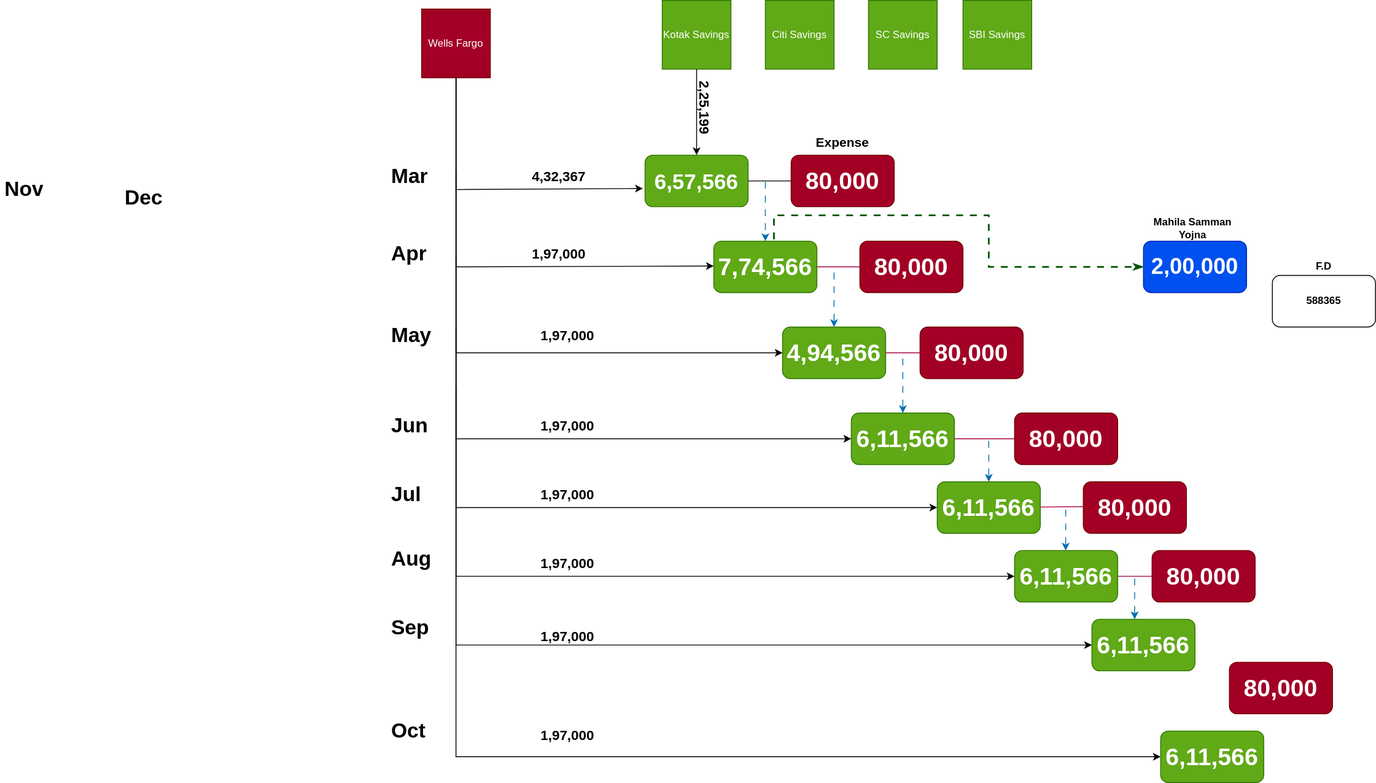
Above: Investments.drawio.svg in uchiharizvi/design-diagrams (draw.io), before the change. Source tidied: cells renumbered, new cells last; positions are measured from the earlier drawing's top-left corner, leaving out a move shared by most shapes.
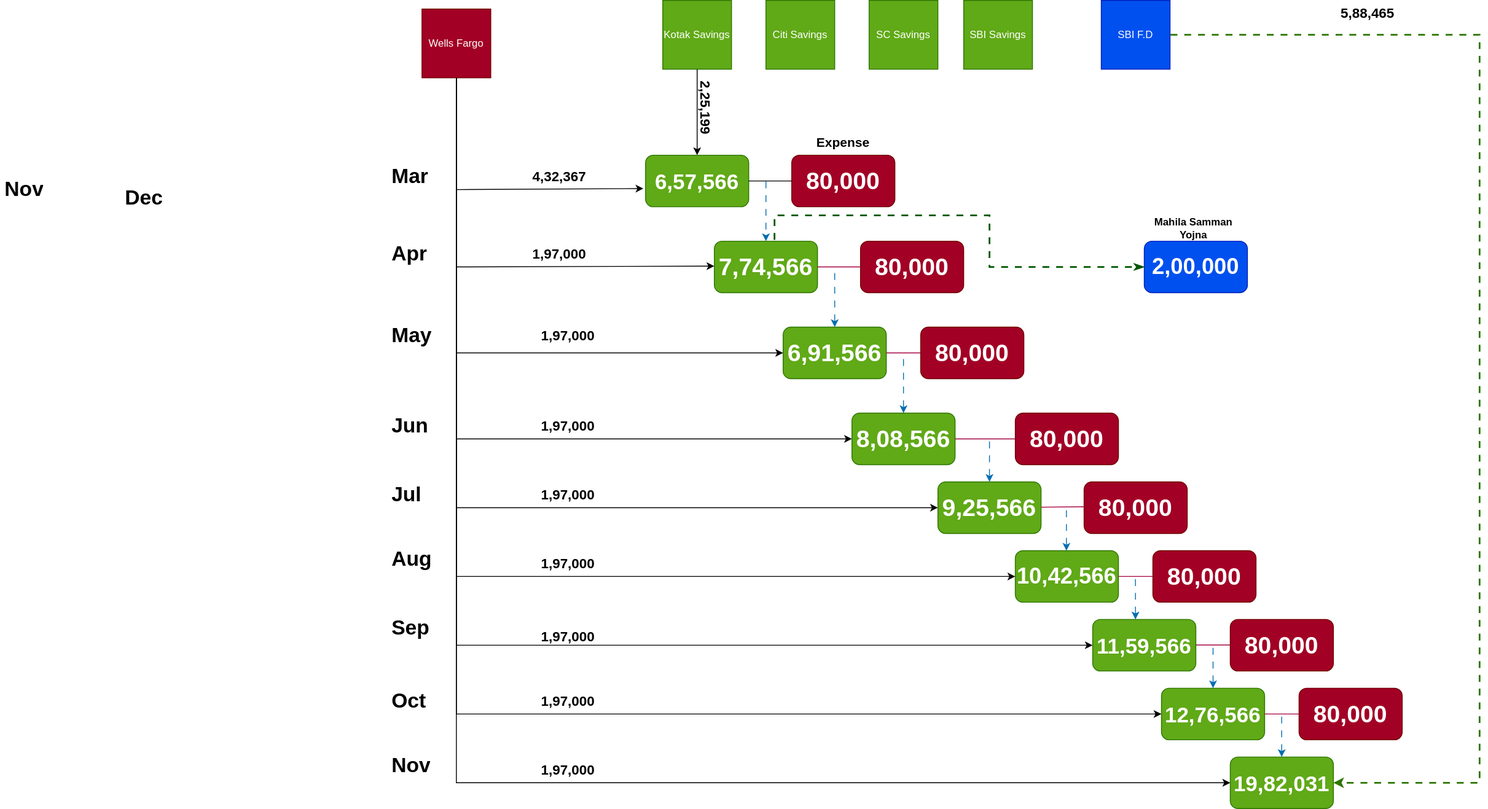
Above is the later version.

What changed in the source:
```diff
@@ -5,9 +5,6 @@
     <mxCell id="2" value="&lt;font style=&quot;font-size: 25px;&quot;&gt;6,57,566&lt;/font&gt;" style="rounded=1;whiteSpace=wrap;html=1;fontStyle=1;fillColor=#60a917;fontColor=#ffffff;strokeColor=#2D7600;" parent="1" vertex="1">
       <mxGeometry x="750" y="180" width="120" height="60" as="geometry" />
     </mxCell>
-    <mxCell id="3" value="588365" style="rounded=1;whiteSpace=wrap;html=1;fontStyle=1;" parent="1" vertex="1">
-      <mxGeometry x="1480" y="320" width="120" height="60" as="geometry" />
-    </mxCell>
     <mxCell id="4" value="&lt;font style=&quot;font-size: 28px;&quot;&gt;80,000&lt;/font&gt;" style="rounded=1;whiteSpace=wrap;html=1;fontStyle=1;fillColor=#a20025;fontColor=#ffffff;strokeColor=#6F0000;" parent="1" vertex="1">
       <mxGeometry x="920" y="180" width="120" height="60" as="geometry" />
     </mxCell>
@@ -30,9 +27,6 @@
         </Array>
       </mxGeometry>
     </mxCell>
-    <mxCell id="10" value="F.D" style="text;html=1;align=center;verticalAlign=middle;whiteSpace=wrap;rounded=0;fontStyle=1;" parent="1" vertex="1">
-      <mxGeometry x="1510" y="295" width="60" height="30" as="geometry" />
-    </mxCell>
     <mxCell id="11" style="endArrow=none;html=1;rounded=0;exitX=1;exitY=0.5;exitDx=0;exitDy=0;entryX=0;entryY=0.5;entryDx=0;entryDy=0;" parent="1" edge="1" source="2" target="4">
       <mxGeometry relative="1" as="geometry" />
     </mxCell>
@@ -53,7 +47,7 @@
     <mxCell id="16" value="&lt;font style=&quot;font-size: 28px;&quot;&gt;80,000&lt;/font&gt;" style="rounded=1;whiteSpace=wrap;html=1;fontStyle=1;fillColor=#a20025;fontColor=#ffffff;strokeColor=#6F0000;" parent="1" vertex="1">
       <mxGeometry x="1000" y="280" width="120" height="60" as="geometry" />
     </mxCell>
-    <mxCell id="17" value="&lt;font style=&quot;font-size: 28px;&quot;&gt;4,94,566&lt;/font&gt;" style="rounded=1;whiteSpace=wrap;html=1;fontStyle=1;fillColor=#60a917;fontColor=#ffffff;strokeColor=#2D7600;" parent="1" vertex="1">
+    <mxCell id="17" value="&lt;font style=&quot;font-size: 28px;&quot;&gt;6,91,566&lt;/font&gt;" style="rounded=1;whiteSpace=wrap;html=1;fontStyle=1;fillColor=#60a917;fontColor=#ffffff;strokeColor=#2D7600;" parent="1" vertex="1">
       <mxGeometry x="910" y="380" width="120" height="60" as="geometry" />
     </mxCell>
     <mxCell id="18" style="endArrow=classic;html=1;rounded=0;exitX=0.5;exitY=1;exitDx=0;exitDy=0;entryX=0;entryY=0.5;entryDx=0;entryDy=0;" parent="1" edge="1" source="8" target="17">
@@ -72,7 +66,7 @@
     <mxCell id="21" value="&lt;font style=&quot;font-size: 28px;&quot;&gt;80,000&lt;/font&gt;" style="rounded=1;whiteSpace=wrap;html=1;fontStyle=1;fillColor=#a20025;fontColor=#ffffff;strokeColor=#6F0000;" parent="1" vertex="1">
       <mxGeometry x="1070" y="380" width="120" height="60" as="geometry" />
     </mxCell>
-    <mxCell id="22" value="&lt;font style=&quot;font-size: 28px;&quot;&gt;6,11,566&lt;/font&gt;" style="rounded=1;whiteSpace=wrap;html=1;fontStyle=1;fillColor=#60a917;fontColor=#ffffff;strokeColor=#2D7600;" parent="1" vertex="1">
+    <mxCell id="22" value="&lt;font style=&quot;font-size: 28px;&quot;&gt;8,08,566&lt;/font&gt;" style="rounded=1;whiteSpace=wrap;html=1;fontStyle=1;fillColor=#60a917;fontColor=#ffffff;strokeColor=#2D7600;" parent="1" vertex="1">
       <mxGeometry x="990" y="480" width="120" height="60" as="geometry" />
     </mxCell>
     <mxCell id="23" value="&lt;h1&gt;Jun&lt;/h1&gt;" style="text;html=1;spacing=5;spacingTop=-20;whiteSpace=wrap;overflow=hidden;rounded=0;" parent="1" vertex="1">
@@ -165,7 +159,7 @@
       <mxGeometry x="450" y="555" width="110" height="40" as="geometry" />
     </mxCell>
     <mxCell id="43" value="&lt;h1&gt;Oct&lt;/h1&gt;" style="text;html=1;spacing=5;spacingTop=-20;whiteSpace=wrap;overflow=hidden;rounded=0;" parent="1" vertex="1">
-      <mxGeometry x="450" y="830" width="110" height="40" as="geometry" />
+      <mxGeometry x="450" y="795" width="110" height="40" as="geometry" />
     </mxCell>
     <mxCell id="44" value="&lt;h1&gt;Aug&lt;/h1&gt;" style="text;html=1;spacing=5;spacingTop=-20;whiteSpace=wrap;overflow=hidden;rounded=0;" parent="1" vertex="1">
       <mxGeometry x="450" y="630" width="110" height="40" as="geometry" />
@@ -179,19 +173,19 @@
     <mxCell id="47" value="&lt;h1&gt;Nov&lt;/h1&gt;" style="text;html=1;spacing=5;spacingTop=-20;whiteSpace=wrap;overflow=hidden;rounded=0;" parent="1" vertex="1">
       <mxGeometry y="200" width="110" height="40" as="geometry" />
     </mxCell>
-    <mxCell id="48" value="&lt;font style=&quot;font-size: 28px;&quot;&gt;6,11,566&lt;/font&gt;" style="rounded=1;whiteSpace=wrap;html=1;fontStyle=1;fillColor=#60a917;fontColor=#ffffff;strokeColor=#2D7600;" parent="1" vertex="1">
+    <mxCell id="48" value="&lt;font style=&quot;font-size: 28px;&quot;&gt;9,25,566&lt;/font&gt;" style="rounded=1;whiteSpace=wrap;html=1;fontStyle=1;fillColor=#60a917;fontColor=#ffffff;strokeColor=#2D7600;" parent="1" vertex="1">
       <mxGeometry x="1090" y="560" width="120" height="60" as="geometry" />
     </mxCell>
     <mxCell id="49" value="&lt;font style=&quot;font-size: 28px;&quot;&gt;80,000&lt;/font&gt;" style="rounded=1;whiteSpace=wrap;html=1;fontStyle=1;fillColor=#a20025;fontColor=#ffffff;strokeColor=#6F0000;" parent="1" vertex="1">
       <mxGeometry x="1260" y="560" width="120" height="60" as="geometry" />
     </mxCell>
-    <mxCell id="50" value="&lt;font style=&quot;font-size: 28px;&quot;&gt;6,11,566&lt;/font&gt;" style="rounded=1;whiteSpace=wrap;html=1;fontStyle=1;fillColor=#60a917;fontColor=#ffffff;strokeColor=#2D7600;" parent="1" vertex="1">
+    <mxCell id="50" value="&lt;font style=&quot;font-size: 26px;&quot;&gt;10,42,566&lt;/font&gt;" style="rounded=1;whiteSpace=wrap;html=1;fontStyle=1;fillColor=#60a917;fontColor=#ffffff;strokeColor=#2D7600;" parent="1" vertex="1">
       <mxGeometry x="1180" y="640" width="120" height="60" as="geometry" />
     </mxCell>
     <mxCell id="51" value="&lt;font style=&quot;font-size: 28px;&quot;&gt;80,000&lt;/font&gt;" style="rounded=1;whiteSpace=wrap;html=1;fontStyle=1;fillColor=#a20025;fontColor=#ffffff;strokeColor=#6F0000;" parent="1" vertex="1">
       <mxGeometry x="1340" y="640" width="120" height="60" as="geometry" />
     </mxCell>
-    <mxCell id="52" value="&lt;font style=&quot;font-size: 28px;&quot;&gt;6,11,566&lt;/font&gt;" style="rounded=1;whiteSpace=wrap;html=1;fontStyle=1;fillColor=#60a917;fontColor=#ffffff;strokeColor=#2D7600;" parent="1" vertex="1">
+    <mxCell id="52" value="&lt;font style=&quot;font-size: 25px;&quot;&gt;11,59,566&lt;/font&gt;" style="rounded=1;whiteSpace=wrap;html=1;fontStyle=1;fillColor=#60a917;fontColor=#ffffff;strokeColor=#2D7600;" parent="1" vertex="1">
       <mxGeometry x="1270" y="720" width="120" height="60" as="geometry" />
     </mxCell>
     <mxCell id="53" style="endArrow=classic;html=1;rounded=0;entryX=0;entryY=0.5;entryDx=0;entryDy=0;" parent="1" edge="1" target="48">
@@ -231,18 +225,18 @@
       <mxGeometry relative="1" as="geometry">
         <mxPoint x="530" y="450" as="sourcePoint" />
         <Array as="points">
-          <mxPoint x="530" y="880" />
+          <mxPoint x="530" y="830" />
         </Array>
       </mxGeometry>
     </mxCell>
     <mxCell id="60" value="&lt;font style=&quot;font-size: 16px;&quot;&gt;1,97,000&lt;/font&gt;" style="text;html=1;align=center;verticalAlign=middle;whiteSpace=wrap;rounded=0;fontStyle=1;" parent="1" vertex="1">
-      <mxGeometry x="630" y="840" width="60" height="30" as="geometry" />
+      <mxGeometry x="630" y="800" width="60" height="30" as="geometry" />
     </mxCell>
     <mxCell id="61" value="&lt;font style=&quot;font-size: 28px;&quot;&gt;80,000&lt;/font&gt;" style="rounded=1;whiteSpace=wrap;html=1;fontStyle=1;fillColor=#a20025;fontColor=#ffffff;strokeColor=#6F0000;" parent="1" vertex="1">
-      <mxGeometry x="1430" y="770" width="120" height="60" as="geometry" />
+      <mxGeometry x="1430" y="720" width="120" height="60" as="geometry" />
     </mxCell>
-    <mxCell id="62" value="&lt;font style=&quot;font-size: 28px;&quot;&gt;6,11,566&lt;/font&gt;" style="rounded=1;whiteSpace=wrap;html=1;fontStyle=1;fillColor=#60a917;fontColor=#ffffff;strokeColor=#2D7600;" parent="1" vertex="1">
-      <mxGeometry x="1350" y="850" width="120" height="60" as="geometry" />
+    <mxCell id="62" value="&lt;font style=&quot;font-size: 25px;&quot;&gt;12,76,566&lt;/font&gt;" style="rounded=1;whiteSpace=wrap;html=1;fontStyle=1;fillColor=#60a917;fontColor=#ffffff;strokeColor=#2D7600;" parent="1" vertex="1">
+      <mxGeometry x="1350" y="800" width="120" height="60" as="geometry" />
     </mxCell>
     <mxCell id="63" style="endArrow=none;html=1;rounded=0;startArrow=classic;startFill=1;flowAnimation=1;fillColor=#1ba1e2;strokeColor=#006EAF;exitX=0.5;exitY=0;exitDx=0;exitDy=0;" parent="1" edge="1" source="48">
       <mxGeometry relative="1" as="geometry">
@@ -273,5 +267,64 @@
         <mxPoint x="1319.8" y="670" as="targetPoint" />
       </mxGeometry>
     </mxCell>
+    <mxCell id="68" style="endArrow=none;html=1;rounded=0;fillColor=#d80073;strokeColor=#A50040;" parent="1" edge="1">
+      <mxGeometry relative="1" as="geometry">
+        <mxPoint x="1390" y="749.7" as="sourcePoint" />
+        <mxPoint x="1430" y="749.7" as="targetPoint" />
+      </mxGeometry>
+    </mxCell>
+    <mxCell id="69" style="endArrow=none;html=1;rounded=0;startArrow=classic;startFill=1;flowAnimation=1;orthogonalLoop=1;fillColor=#1ba1e2;strokeColor=#006EAF;exitX=0.5;exitY=0;exitDx=0;exitDy=0;" parent="1" edge="1">
+      <mxGeometry relative="1" as="geometry">
+        <mxPoint x="1410" y="800" as="sourcePoint" />
+        <mxPoint x="1410" y="750" as="targetPoint" />
+      </mxGeometry>
+    </mxCell>
+    <mxCell id="70" value="&lt;font style=&quot;font-size: 28px;&quot;&gt;80,000&lt;/font&gt;" style="rounded=1;whiteSpace=wrap;html=1;fontStyle=1;fillColor=#a20025;fontColor=#ffffff;strokeColor=#6F0000;" parent="1" vertex="1">
+      <mxGeometry x="1510" y="800" width="120" height="60" as="geometry" />
+    </mxCell>
+    <mxCell id="71" style="endArrow=none;html=1;rounded=0;fillColor=#d80073;strokeColor=#A50040;" parent="1" edge="1">
+      <mxGeometry relative="1" as="geometry">
+        <mxPoint x="1470" y="830" as="sourcePoint" />
+        <mxPoint x="1510" y="830" as="targetPoint" />
+      </mxGeometry>
+    </mxCell>
+    <mxCell id="72" value="&lt;font style=&quot;font-size: 25px;&quot;&gt;19,82,031&lt;/font&gt;" style="rounded=1;whiteSpace=wrap;html=1;fontStyle=1;fillColor=#60a917;fontColor=#ffffff;strokeColor=#2D7600;" parent="1" vertex="1">
+      <mxGeometry x="1430" y="880" width="120" height="60" as="geometry" />
+    </mxCell>
+    <mxCell id="73" style="endArrow=none;html=1;rounded=0;startArrow=classic;startFill=1;flowAnimation=1;orthogonalLoop=1;fillColor=#1ba1e2;strokeColor=#006EAF;exitX=0.5;exitY=0;exitDx=0;exitDy=0;" parent="1" edge="1">
+      <mxGeometry relative="1" as="geometry">
+        <mxPoint x="1489.8" y="880" as="sourcePoint" />
+        <mxPoint x="1489.8" y="830" as="targetPoint" />
+      </mxGeometry>
+    </mxCell>
+    <mxCell id="74" style="endArrow=classic;html=1;rounded=0;entryX=0;entryY=0.5;entryDx=0;entryDy=0;" parent="1" edge="1" target="72">
+      <mxGeometry relative="1" as="geometry">
+        <mxPoint x="530" y="530" as="sourcePoint" />
+        <Array as="points">
+          <mxPoint x="530" y="910" />
+        </Array>
+      </mxGeometry>
+    </mxCell>
+    <mxCell id="75" value="&lt;font style=&quot;font-size: 16px;&quot;&gt;1,97,000&lt;/font&gt;" style="text;html=1;align=center;verticalAlign=middle;whiteSpace=wrap;rounded=0;fontStyle=1;" parent="1" vertex="1">
+      <mxGeometry x="630" y="880" width="60" height="30" as="geometry" />
+    </mxCell>
+    <mxCell id="76" value="&lt;h1&gt;Nov&lt;/h1&gt;" style="text;html=1;spacing=5;spacingTop=-20;whiteSpace=wrap;overflow=hidden;rounded=0;" parent="1" vertex="1">
+      <mxGeometry x="450" y="870" width="110" height="40" as="geometry" />
+    </mxCell>
+    <mxCell id="77" style="endArrow=classic;html=1;rounded=0;exitX=1;exitY=0.5;exitDx=0;exitDy=0;entryX=1;entryY=0.5;entryDx=0;entryDy=0;fillColor=#60a917;strokeColor=#2D7600;flowAnimation=1;strokeWidth=2;" parent="1" edge="1" source="79" target="72">
+      <mxGeometry relative="1" as="geometry">
+        <Array as="points">
+          <mxPoint x="1720" y="40" />
+          <mxPoint x="1720" y="470" />
+          <mxPoint x="1720" y="910" />
+        </Array>
+      </mxGeometry>
+    </mxCell>
+    <mxCell id="78" value="&lt;font style=&quot;font-size: 16px;&quot;&gt;5,88,465&lt;/font&gt;" style="text;html=1;align=center;verticalAlign=middle;whiteSpace=wrap;rounded=0;fontStyle=1;" parent="1" vertex="1">
+      <mxGeometry x="1560" width="60" height="30" as="geometry" />
+    </mxCell>
+    <mxCell id="79" value="SBI F.D" style="whiteSpace=wrap;html=1;fillColor=#0050ef;fontColor=#ffffff;strokeColor=#001DBC;" parent="1" vertex="1">
+      <mxGeometry x="1280" width="80" height="80" as="geometry" />
+    </mxCell>
   </root>
 </mxGraphModel>
```
